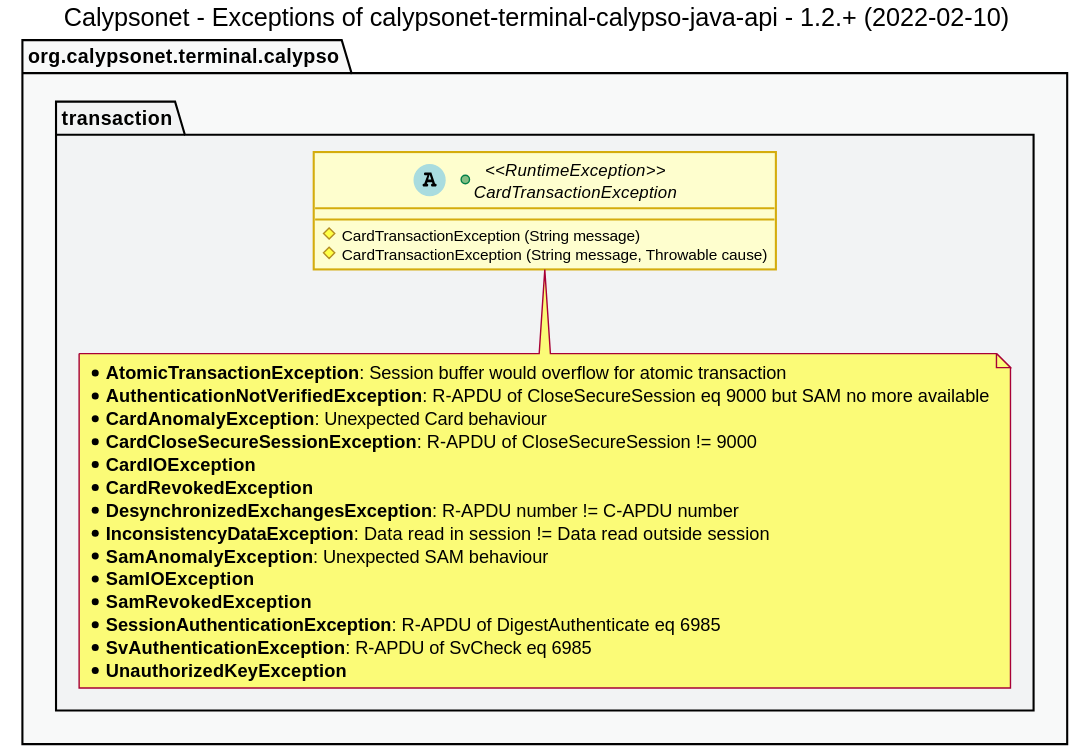
Before: src/main/uml/api_exceptions_class_diagram.svg, a diagram exported from PlantUML (calypsonet/calypsonet-terminal-calypso-java-api).
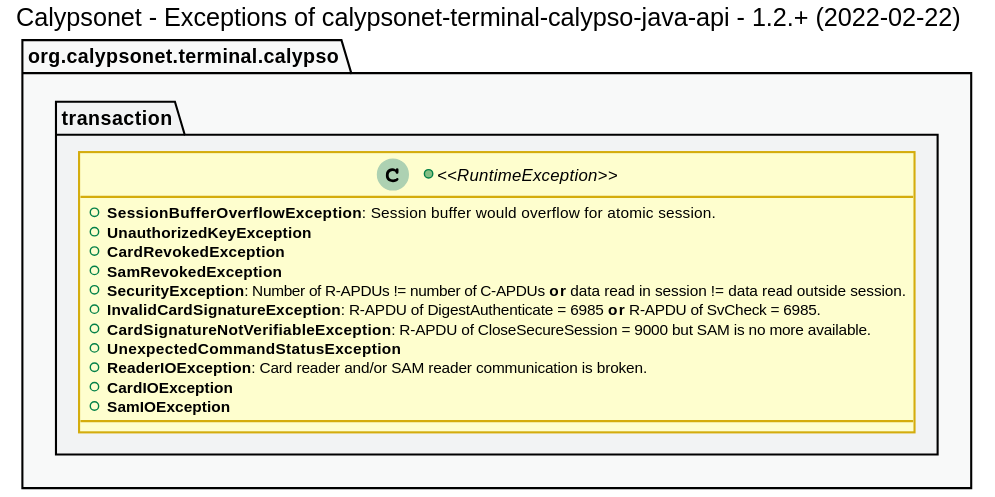
The same diagram one commit later.

What changed in the source:
```diff
@@ -1,6 +1,6 @@
 @startuml
 title
-    Calypsonet - Exceptions of calypsonet-terminal-calypso-java-api - 1.2.+ (2022-02-10)
+    Calypsonet - Exceptions of calypsonet-terminal-calypso-java-api - 1.2.+ (2022-02-22)
 end title
 
 
@@ -38,29 +38,20 @@
 
 
 package "org.calypsonet.terminal.calypso" as api {
-
     package transaction {
-
-        +abstract class "<<RuntimeException>>\nCardTransactionException" as CardTransactionException {
-            #CardTransactionException (String message)
-            #CardTransactionException (String message, Throwable cause)
+        +class "<<RuntimeException>>" as RuntimeException {
+            +**SessionBufferOverflowException**: Session buffer would overflow for atomic session.
+            +**UnauthorizedKeyException**
+            +**CardRevokedException**
+            +**SamRevokedException**
+            +**SecurityException**: Number of R-APDUs != number of C-APDUs **or** data read in session != data read outside session.
+            +**InvalidCardSignatureException**: R-APDU of DigestAuthenticate = 6985 **or** R-APDU of SvCheck = 6985.
+            +**CardSignatureNotVerifiableException**: R-APDU of CloseSecureSession = 9000 but SAM is no more available.
+            +**UnexpectedCommandStatusException**
+            +**ReaderIOException**: Card reader and/or SAM reader communication is broken.
+            +**CardIOException**
+            +**SamIOException**
         }
-        note bottom of CardTransactionException
-            * **AtomicTransactionException**: Session buffer would overflow for atomic transaction
-            * **AuthenticationNotVerifiedException**: R-APDU of CloseSecureSession eq 9000 but SAM no more available
-            * **CardAnomalyException**: Unexpected Card behaviour
-            * **CardCloseSecureSessionException**: R-APDU of CloseSecureSession != 9000
-            * **CardIOException**
-            * **CardRevokedException**
-            * **DesynchronizedExchangesException**: R-APDU number != C-APDU number
-            * **InconsistencyDataException**: Data read in session != Data read outside session
-            * **SamAnomalyException**: Unexpected SAM behaviour
-            * **SamIOException**
-            * **SamRevokedException**
-            * **SessionAuthenticationException**: R-APDU of DigestAuthenticate eq 6985
-            * **SvAuthenticationException**: R-APDU of SvCheck eq 6985
-            * **UnauthorizedKeyException**
-        end note
     }
 }
 
```
